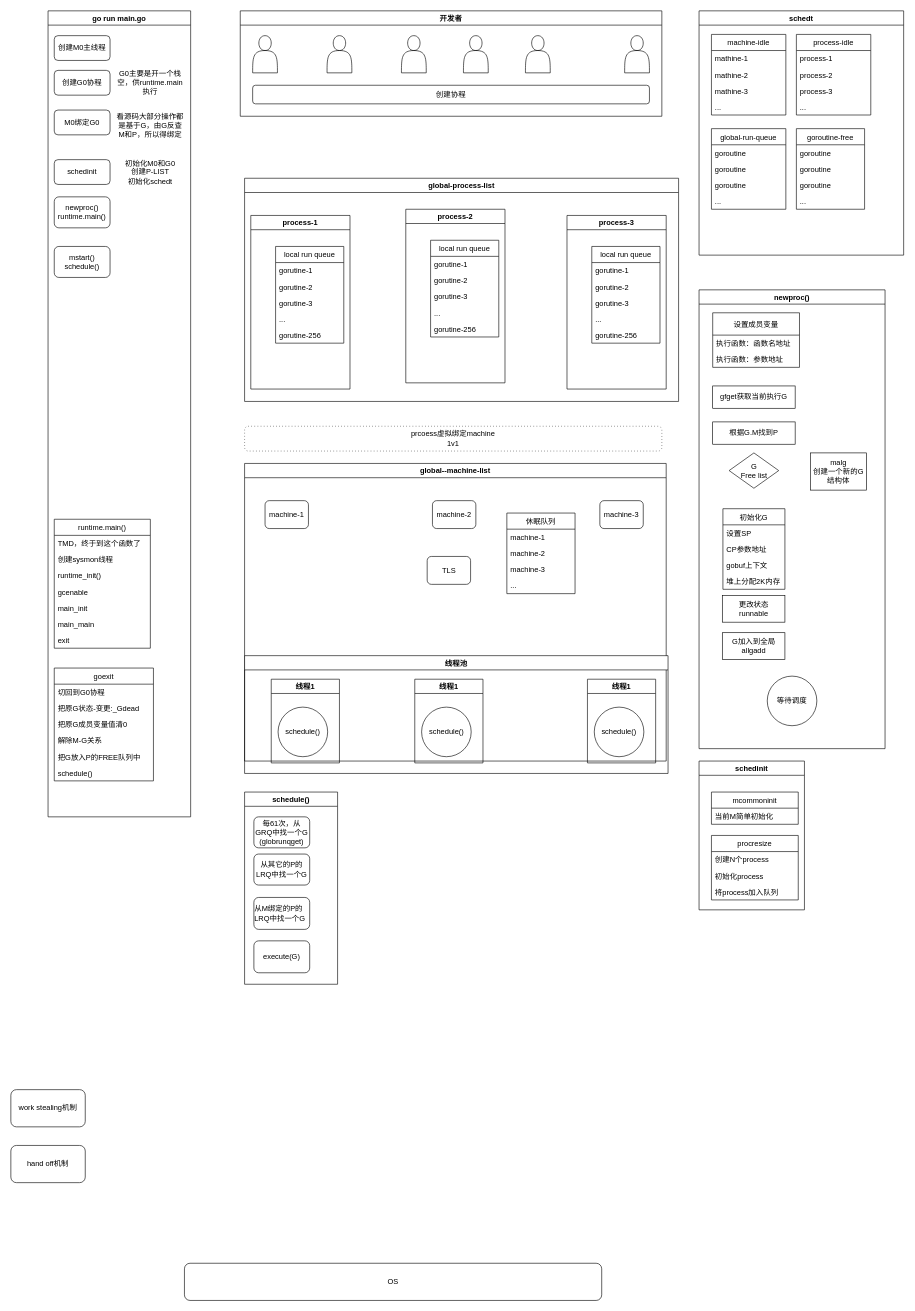
Before: Untitled Diagram.drawio in mqzhifu/drawpic, a draw.io diagram. Source tidied: cells renumbered, new cells numbered last; positions are measured from the earlier drawing's top-left corner, leaving out a move shared by most shapes. Both pictures are drawn from the tidied source at 62%, with x=0, y=0 at pixel (11, 11).
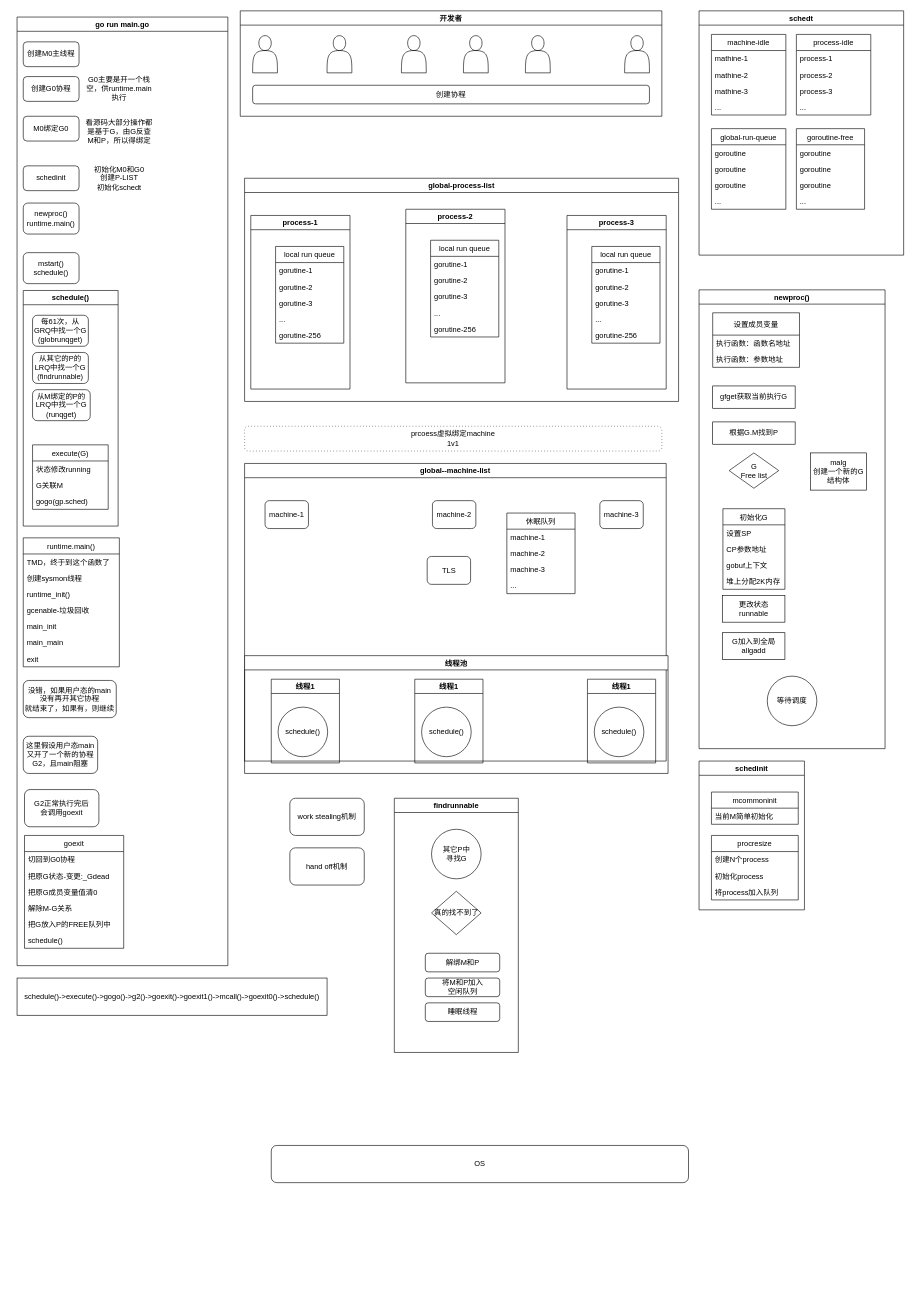
Above is the later version.

Change to the diagram source:
```diff
@@
     <mxCell id="19" value="work stealing机制" style="rounded=1;whiteSpace=wrap;html=1;" parent="1" vertex="1">
-      <mxGeometry y="1740" width="120" height="60" as="geometry" />
+      <mxGeometry x="450" y="1270" width="120" height="60" as="geometry" />
     </mxCell>
     <mxCell id="20" value="hand off机制" style="rounded=1;whiteSpace=wrap;html=1;" parent="1" vertex="1">
-      <mxGeometry y="1830" width="120" height="60" as="geometry" />
+      <mxGeometry x="450" y="1350" width="120" height="60" as="geometry" />
     </mxCell>
@@
     <mxCell id="43" value="OS" style="rounded=1;whiteSpace=wrap;html=1;" parent="1" vertex="1">
-      <mxGeometry x="280" y="2020" width="673" height="60" as="geometry" />
+      <mxGeometry x="420" y="1830" width="673" height="60" as="geometry" />
     </mxCell>
@@
     <mxCell id="45" value="go run main.go" style="swimlane;" parent="1" vertex="1">
-      <mxGeometry x="60" width="230" height="1300" as="geometry" />
+      <mxGeometry x="10" y="10" width="340" height="1530" as="geometry" />
     </mxCell>
@@
     <mxCell id="52" value="runtime.main()" style="swimlane;fontStyle=0;horizontal=1;startSize=26;fillColor=none;" parent="45" vertex="1">
-      <mxGeometry x="10" y="820" width="155" height="208" as="geometry" />
+      <mxGeometry x="10" y="840" width="155" height="208" as="geometry" />
     </mxCell>
@@
-    <mxCell id="56" value="gcenable" style="text;strokeColor=none;fillColor=none;align=left;verticalAlign=top;spacingLeft=4;spacingRight=4;overflow=hidden;" parent="52" vertex="1">
+    <mxCell id="56" value="gcenable-垃圾回收" style="text;strokeColor=none;fillColor=none;align=left;verticalAlign=top;spacingLeft=4;spacingRight=4;overflow=hidden;" parent="52" vertex="1">
       <mxGeometry y="104" width="155" height="26" as="geometry" />
     </mxCell>
@@
+    <mxCell id="67" value="G0主要是开一个栈空，供runtime.main执行" style="text;html=1;strokeColor=none;fillColor=none;align=center;verticalAlign=middle;whiteSpace=wrap;rounded=0;" parent="45" vertex="1">
+      <mxGeometry x="110" y="96" width="110" height="40" as="geometry" />
+    </mxCell>
+    <mxCell id="68" value="看源码大部分操作都是基于G，由G反查M和P，所以得绑定" style="text;html=1;strokeColor=none;fillColor=none;align=center;verticalAlign=middle;whiteSpace=wrap;rounded=0;" parent="45" vertex="1">
+      <mxGeometry x="110" y="160" width="110" height="50" as="geometry" />
+    </mxCell>
+    <mxCell id="69" value="&lt;span&gt;初始化M0和G0&lt;/span&gt;&lt;br&gt;&lt;span&gt;创建P-LIST&lt;/span&gt;&lt;br&gt;&lt;span&gt;初始化schedt&lt;/span&gt;" style="text;html=1;strokeColor=none;fillColor=none;align=center;verticalAlign=middle;whiteSpace=wrap;rounded=0;" parent="45" vertex="1">
+      <mxGeometry x="110" y="240" width="110" height="40" as="geometry" />
+    </mxCell>
+    <mxCell id="122" value="schedule()" style="swimlane;" parent="45" vertex="1">
+      <mxGeometry x="10" y="441" width="153" height="380" as="geometry" />
+    </mxCell>
+    <mxCell id="123" value="每61次，从&lt;br&gt;GRQ中找一个G&lt;br&gt;(globrunqget)" style="rounded=1;whiteSpace=wrap;html=1;" parent="122" vertex="1">
+      <mxGeometry x="15" y="40" width="90" height="50" as="geometry" />
+    </mxCell>
+    <mxCell id="125" value="从其它的P的&lt;br&gt;LRQ中找一个G&lt;br&gt;(findrunnable)" style="rounded=1;whiteSpace=wrap;html=1;" parent="122" vertex="1">
+      <mxGeometry x="15" y="100" width="90" height="50" as="geometry" />
+    </mxCell>
+    <mxCell id="124" value="&lt;div&gt;&lt;span&gt;从M绑定的P的LRQ中找一个G&lt;/span&gt;&lt;/div&gt;&lt;div&gt;&lt;span&gt;(&lt;/span&gt;&lt;span&gt;runqget&lt;/span&gt;&lt;span&gt;)&lt;/span&gt;&lt;/div&gt;" style="rounded=1;whiteSpace=wrap;html=1;align=center;" parent="122" vertex="1">
+      <mxGeometry x="15" y="160" width="93" height="50" as="geometry" />
+    </mxCell>
+    <mxCell id="126" value="execute(G)" style="swimlane;fontStyle=0;horizontal=1;startSize=26;fillColor=none;" parent="122" vertex="1">
+      <mxGeometry x="15" y="249" width="122" height="104" as="geometry" />
+    </mxCell>
+    <mxCell id="127" value="状态修改running" style="text;strokeColor=none;fillColor=none;align=left;verticalAlign=top;spacingLeft=4;spacingRight=4;overflow=hidden;" parent="126" vertex="1">
+      <mxGeometry y="26" width="122" height="26" as="geometry" />
+    </mxCell>
+    <mxCell id="128" value="G关联M" style="text;strokeColor=none;fillColor=none;align=left;verticalAlign=top;spacingLeft=4;spacingRight=4;overflow=hidden;" parent="126" vertex="1">
+      <mxGeometry y="52" width="122" height="26" as="geometry" />
+    </mxCell>
+    <mxCell id="129" value="gogo(gp.sched)" style="text;strokeColor=none;fillColor=none;align=left;verticalAlign=top;spacingLeft=4;spacingRight=4;overflow=hidden;" parent="126" vertex="1">
+      <mxGeometry y="78" width="122" height="26" as="geometry" />
+    </mxCell>
+    <mxCell id="130" value="没错，如果用户态的main&lt;br&gt;没有再开其它协程&lt;br&gt;就结束了，如果有，则继续" style="rounded=1;whiteSpace=wrap;html=1;" parent="45" vertex="1">
+      <mxGeometry x="10" y="1070" width="150" height="60" as="geometry" />
+    </mxCell>
+    <mxCell id="131" value="这里假设用户态main又开了一个新的协程G2，且main阻塞" style="rounded=1;whiteSpace=wrap;html=1;" parent="45" vertex="1">
+      <mxGeometry x="10" y="1160" width="120" height="60" as="geometry" />
+    </mxCell>
+    <mxCell id="132" value="G2正常执行完后&lt;br&gt;会调用goexit" style="rounded=1;whiteSpace=wrap;html=1;" parent="45" vertex="1">
+      <mxGeometry x="12" y="1246" width="120" height="60" as="geometry" />
+    </mxCell>
     <mxCell id="60" value="goexit" style="swimlane;fontStyle=0;horizontal=1;startSize=26;fillColor=none;" parent="45" vertex="1">
-      <mxGeometry x="10" y="1060" width="160" height="182" as="geometry" />
+      <mxGeometry x="12" y="1320" width="160" height="182" as="geometry" />
     </mxCell>
@@
-    <mxCell id="67" value="G0主要是开一个栈空，供runtime.main执行" style="text;html=1;strokeColor=none;fillColor=none;align=center;verticalAlign=middle;whiteSpace=wrap;rounded=0;" parent="45" vertex="1">
-      <mxGeometry x="110" y="96" width="110" height="40" as="geometry" />
-    </mxCell>
-    <mxCell id="68" value="看源码大部分操作都是基于G，由G反查M和P，所以得绑定" style="text;html=1;strokeColor=none;fillColor=none;align=center;verticalAlign=middle;whiteSpace=wrap;rounded=0;" parent="45" vertex="1">
-      <mxGeometry x="110" y="160" width="110" height="50" as="geometry" />
-    </mxCell>
-    <mxCell id="69" value="&lt;span&gt;初始化M0和G0&lt;/span&gt;&lt;br&gt;&lt;span&gt;创建P-LIST&lt;/span&gt;&lt;br&gt;&lt;span&gt;初始化schedt&lt;/span&gt;" style="text;html=1;strokeColor=none;fillColor=none;align=center;verticalAlign=middle;whiteSpace=wrap;rounded=0;" parent="45" vertex="1">
-      <mxGeometry x="110" y="240" width="110" height="40" as="geometry" />
-    </mxCell>
@@
-    <mxCell id="122" value="schedule()" style="swimlane;" parent="1" vertex="1">
-      <mxGeometry x="377" y="1260" width="150" height="310" as="geometry" />
-    </mxCell>
-    <mxCell id="123" value="每61次，从&lt;br&gt;GRQ中找一个G&lt;br&gt;(globrunqget)" style="rounded=1;whiteSpace=wrap;html=1;" parent="122" vertex="1">
-      <mxGeometry x="15" y="40" width="90" height="50" as="geometry" />
-    </mxCell>
-    <mxCell id="124" value="&lt;div style=&quot;text-align: left&quot;&gt;&lt;span&gt;从M绑定的P的LRQ中找一个G&lt;/span&gt;&lt;/div&gt;" style="rounded=1;whiteSpace=wrap;html=1;" parent="122" vertex="1">
-      <mxGeometry x="15" y="170" width="90" height="51.5" as="geometry" />
-    </mxCell>
-    <mxCell id="125" value="从其它的P的&lt;br&gt;LRQ中找一个G" style="rounded=1;whiteSpace=wrap;html=1;" parent="122" vertex="1">
-      <mxGeometry x="15" y="100" width="90" height="50" as="geometry" />
-    </mxCell>
-    <mxCell id="126" value="&lt;div style=&quot;text-align: left&quot;&gt;execute(G)&lt;/div&gt;" style="rounded=1;whiteSpace=wrap;html=1;" parent="122" vertex="1">
-      <mxGeometry x="15" y="240" width="90" height="51.5" as="geometry" />
-    </mxCell>
+    <mxCell id="133" value="schedule()-&amp;gt;execute()-&amp;gt;gogo()-&amp;gt;g2()-&amp;gt;goexit()-&amp;gt;goexit1()-&amp;gt;mcall()-&amp;gt;goexit0()-&amp;gt;schedule()" style="rounded=0;whiteSpace=wrap;html=1;" parent="1" vertex="1">
+      <mxGeometry x="10" y="1560" width="500" height="60" as="geometry" />
+    </mxCell>
+    <mxCell id="134" value="findrunnable" style="swimlane;" parent="1" vertex="1">
+      <mxGeometry x="618.5" y="1270" width="200" height="410" as="geometry" />
+    </mxCell>
+    <mxCell id="135" value="其它P中&lt;br&gt;寻找G" style="ellipse;whiteSpace=wrap;html=1;" parent="134" vertex="1">
+      <mxGeometry x="60" y="50" width="80" height="80" as="geometry" />
+    </mxCell>
+    <mxCell id="136" value="真的找不到了" style="rhombus;whiteSpace=wrap;html=1;" parent="134" vertex="1">
+      <mxGeometry x="60" y="150" width="80" height="70" as="geometry" />
+    </mxCell>
+    <mxCell id="137" value="解绑M和P" style="rounded=1;whiteSpace=wrap;html=1;" parent="134" vertex="1">
+      <mxGeometry x="50" y="250" width="120" height="30" as="geometry" />
+    </mxCell>
+    <mxCell id="138" value="将M和P加入&lt;br&gt;空闲队列" style="rounded=1;whiteSpace=wrap;html=1;" parent="134" vertex="1">
+      <mxGeometry x="50" y="290" width="120" height="30" as="geometry" />
+    </mxCell>
+    <mxCell id="139" value="睡眠线程" style="rounded=1;whiteSpace=wrap;html=1;" parent="134" vertex="1">
+      <mxGeometry x="50" y="330" width="120" height="30" as="geometry" />
+    </mxCell>
```
